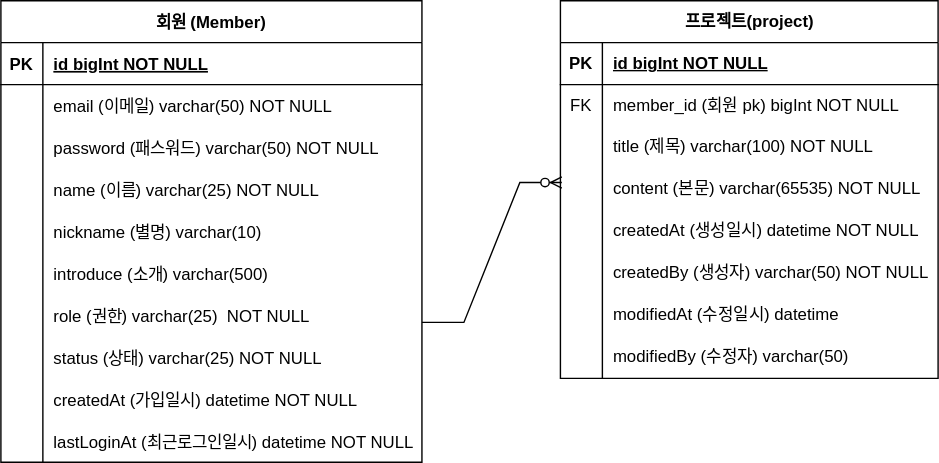
The draw.io diagram dev-together/document/dev-together-erd.svg in nara316/dev-together, before a commit. Source tidied: cells renumbered, new cells last; positions are measured from the earlier drawing's top-left corner, leaving out a move shared by most shapes.
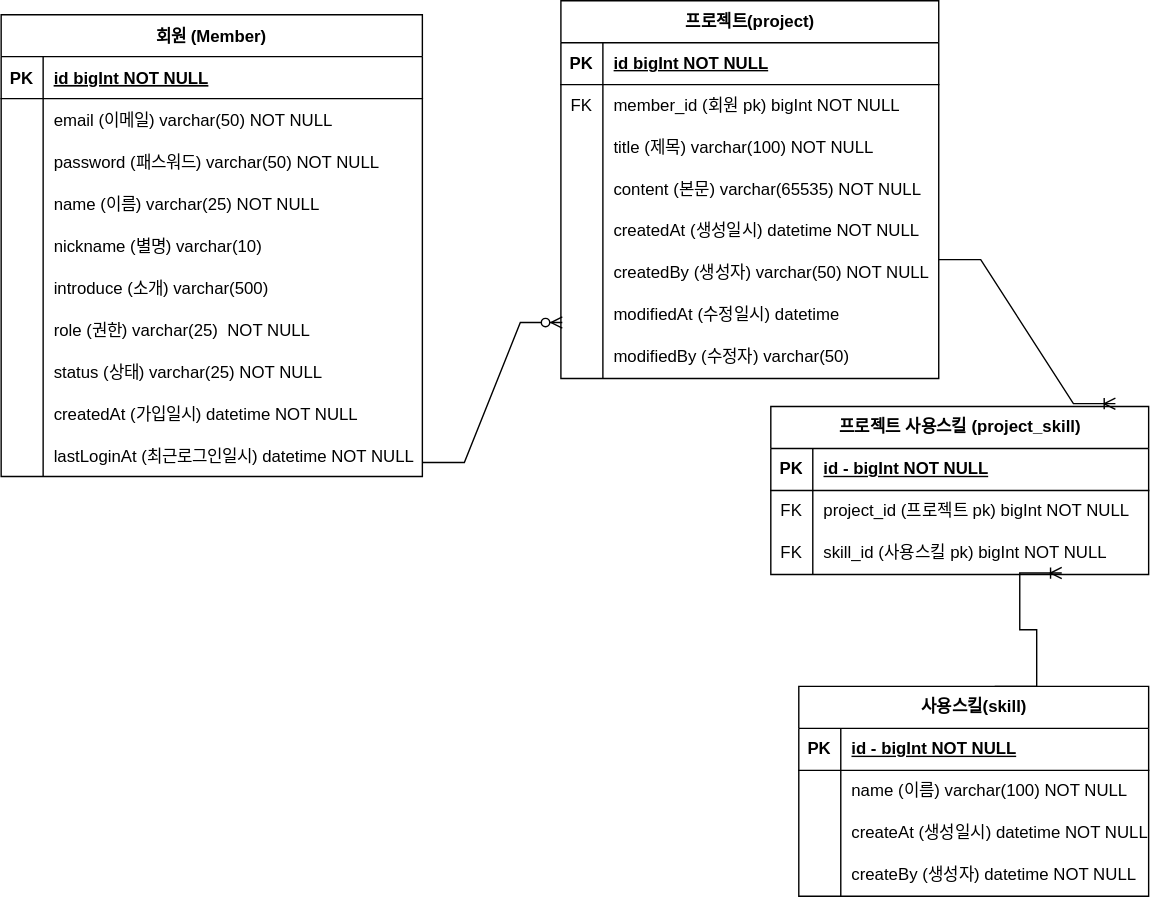
The same file after the commit.

The edit, as a diff of the source:
```diff
@@ -3,7 +3,7 @@
     <mxCell id="0" />
     <mxCell id="1" parent="0" />
     <mxCell id="2" value="회원 (Member)" style="shape=table;startSize=30;rowLines=0;fontStyle=1;align=center;" parent="1" vertex="1">
-      <mxGeometry width="301" height="330" as="geometry" />
+      <mxGeometry x="-30" y="-80" width="301" height="330" as="geometry" />
     </mxCell>
     <mxCell id="3" style="shape=partialRectangle;fillColor=none;top=0;left=0;right=0;bottom=1;" parent="2" vertex="1">
       <mxGeometry y="30" width="301" height="30" as="geometry" />
@@ -96,7 +96,7 @@
       <mxGeometry x="30" width="271" height="30" as="geometry" />
     </mxCell>
     <mxCell id="33" value="프로젝트(project)" style="shape=table;startSize=30;rowLines=0;fontStyle=1;align=center;html=1;" parent="1" vertex="1">
-      <mxGeometry x="400" width="270" height="270" as="geometry" />
+      <mxGeometry x="370" y="-90" width="270" height="270" as="geometry" />
     </mxCell>
     <mxCell id="34" style="shape=tableRow;horizontal=0;startSize=0;swimlaneHead=0;swimlaneBody=0;fillColor=none;top=0;left=0;right=0;bottom=1;" parent="33" vertex="1">
       <mxGeometry y="30" width="270" height="30" as="geometry" />
@@ -172,13 +172,95 @@
     </mxCell>
     <mxCell id="58" style="edgeStyle=entityRelationEdgeStyle;fontSize=12;html=1;endArrow=ERzeroToMany;endFill=1;rounded=0;" parent="1" edge="1">
       <mxGeometry relative="1" as="geometry">
-        <mxPoint x="301" y="230" as="sourcePoint" />
-        <mxPoint x="401" y="130" as="targetPoint" />
+        <mxPoint x="271" y="240" as="sourcePoint" />
+        <mxPoint x="371" y="140" as="targetPoint" />
         <Array as="points">
-          <mxPoint x="271" y="190" />
-          <mxPoint x="261" y="180" />
+          <mxPoint x="241" y="200" />
+          <mxPoint x="231" y="190" />
         </Array>
       </mxGeometry>
     </mxCell>
+    <mxCell id="59" value="사용스킬(skill)" style="shape=table;startSize=30;rowLines=0;fontStyle=1;align=center;html=1;" parent="1" vertex="1">
+      <mxGeometry x="540" y="400" width="250" height="150" as="geometry" />
+    </mxCell>
+    <mxCell id="60" style="shape=tableRow;horizontal=0;startSize=0;swimlaneHead=0;swimlaneBody=0;fillColor=none;top=0;left=0;right=0;bottom=1;" parent="59" vertex="1">
+      <mxGeometry y="30" width="250" height="30" as="geometry" />
+    </mxCell>
+    <mxCell id="61" value="PK" style="shape=partialRectangle;fillColor=none;top=0;left=0;bottom=0;right=0;fontStyle=1;overflow=hidden;whiteSpace=wrap;html=1;" parent="60" vertex="1">
+      <mxGeometry width="30" height="30" as="geometry" />
+    </mxCell>
+    <mxCell id="62" value="id - bigInt NOT NULL" style="shape=partialRectangle;fillColor=none;top=0;left=0;bottom=0;right=0;align=left;spacingLeft=6;fontStyle=5;overflow=hidden;whiteSpace=wrap;html=1;" parent="60" vertex="1">
+      <mxGeometry x="30" width="220" height="30" as="geometry" />
+    </mxCell>
+    <mxCell id="63" style="shape=tableRow;horizontal=0;startSize=0;swimlaneHead=0;swimlaneBody=0;fillColor=none;top=0;left=0;right=0;bottom=0;" parent="59" vertex="1">
+      <mxGeometry y="60" width="250" height="30" as="geometry" />
+    </mxCell>
+    <mxCell id="64" style="shape=partialRectangle;fillColor=none;top=0;left=0;bottom=0;right=0;overflow=hidden;whiteSpace=wrap;html=1;" parent="63" vertex="1">
+      <mxGeometry width="30" height="30" as="geometry" />
+    </mxCell>
+    <mxCell id="65" value="name (이름) varchar(100) NOT NULL" style="shape=partialRectangle;fillColor=none;top=0;left=0;bottom=0;right=0;align=left;spacingLeft=6;overflow=hidden;whiteSpace=wrap;html=1;" parent="63" vertex="1">
+      <mxGeometry x="30" width="220" height="30" as="geometry" />
+    </mxCell>
+    <mxCell id="66" style="shape=tableRow;horizontal=0;startSize=0;swimlaneHead=0;swimlaneBody=0;fillColor=none;top=0;left=0;right=0;bottom=0;" parent="59" vertex="1">
+      <mxGeometry y="90" width="250" height="30" as="geometry" />
+    </mxCell>
+    <mxCell id="67" style="shape=partialRectangle;fillColor=none;top=0;left=0;bottom=0;right=0;overflow=hidden;whiteSpace=wrap;html=1;" parent="66" vertex="1">
+      <mxGeometry width="30" height="30" as="geometry" />
+    </mxCell>
+    <mxCell id="68" value="createAt (생성일시) datetime NOT NULL" style="shape=partialRectangle;fillColor=none;top=0;left=0;bottom=0;right=0;align=left;spacingLeft=6;overflow=hidden;whiteSpace=wrap;html=1;" parent="66" vertex="1">
+      <mxGeometry x="30" width="220" height="30" as="geometry" />
+    </mxCell>
+    <mxCell id="69" style="shape=tableRow;horizontal=0;startSize=0;swimlaneHead=0;swimlaneBody=0;fillColor=none;top=0;left=0;right=0;bottom=0;" parent="59" vertex="1">
+      <mxGeometry y="120" width="250" height="30" as="geometry" />
+    </mxCell>
+    <mxCell id="70" style="shape=partialRectangle;fillColor=none;top=0;left=0;bottom=0;right=0;overflow=hidden;whiteSpace=wrap;html=1;" parent="69" vertex="1">
+      <mxGeometry width="30" height="30" as="geometry" />
+    </mxCell>
+    <mxCell id="71" value="createBy (생성자) datetime NOT NULL" style="shape=partialRectangle;fillColor=none;top=0;left=0;bottom=0;right=0;align=left;spacingLeft=6;overflow=hidden;whiteSpace=wrap;html=1;" parent="69" vertex="1">
+      <mxGeometry x="30" width="220" height="30" as="geometry" />
+    </mxCell>
+    <mxCell id="72" value="프로젝트 사용스킬 (project_skill)" style="shape=table;startSize=30;rowLines=0;fontStyle=1;align=center;html=1;" parent="1" vertex="1">
+      <mxGeometry x="520" y="200" width="270" height="120" as="geometry" />
+    </mxCell>
+    <mxCell id="73" style="shape=tableRow;horizontal=0;startSize=0;swimlaneHead=0;swimlaneBody=0;fillColor=none;top=0;left=0;right=0;bottom=1;" parent="72" vertex="1">
+      <mxGeometry y="30" width="270" height="30" as="geometry" />
+    </mxCell>
+    <mxCell id="74" value="PK" style="shape=partialRectangle;fillColor=none;top=0;left=0;bottom=0;right=0;fontStyle=1;overflow=hidden;whiteSpace=wrap;html=1;" parent="73" vertex="1">
+      <mxGeometry width="30" height="30" as="geometry" />
+    </mxCell>
+    <mxCell id="75" value="id - bigInt NOT NULL" style="shape=partialRectangle;fillColor=none;top=0;left=0;bottom=0;right=0;align=left;spacingLeft=6;fontStyle=5;overflow=hidden;whiteSpace=wrap;html=1;" parent="73" vertex="1">
+      <mxGeometry x="30" width="240" height="30" as="geometry" />
+    </mxCell>
+    <mxCell id="76" style="shape=tableRow;horizontal=0;startSize=0;swimlaneHead=0;swimlaneBody=0;fillColor=none;points=[[0,0.5],[1,0.5]];portConstraint=eastwest;top=0;left=0;right=0;bottom=0;" parent="72" vertex="1">
+      <mxGeometry y="60" width="270" height="30" as="geometry" />
+    </mxCell>
+    <mxCell id="77" value="FK" style="shape=partialRectangle;fillColor=none;top=0;left=0;bottom=0;right=0;overflow=hidden;whiteSpace=wrap;html=1;" parent="76" vertex="1">
+      <mxGeometry width="30" height="30" as="geometry" />
+    </mxCell>
+    <mxCell id="78" value="project_id (프로젝트 pk) bigInt NOT NULL" style="shape=partialRectangle;fillColor=none;top=0;left=0;bottom=0;right=0;align=left;spacingLeft=6;overflow=hidden;whiteSpace=wrap;html=1;" parent="76" vertex="1">
+      <mxGeometry x="30" width="240" height="30" as="geometry" />
+    </mxCell>
+    <mxCell id="79" style="shape=tableRow;horizontal=0;startSize=0;swimlaneHead=0;swimlaneBody=0;fillColor=none;points=[[0,0.5],[1,0.5]];portConstraint=eastwest;top=0;left=0;right=0;bottom=0;" parent="72" vertex="1">
+      <mxGeometry y="90" width="270" height="30" as="geometry" />
+    </mxCell>
+    <mxCell id="80" value="FK" style="shape=partialRectangle;fillColor=none;top=0;left=0;bottom=0;right=0;overflow=hidden;whiteSpace=wrap;html=1;" parent="79" vertex="1">
+      <mxGeometry width="30" height="30" as="geometry" />
+    </mxCell>
+    <mxCell id="81" value="skill_id (사용스킬 pk) bigInt NOT NULL" style="shape=partialRectangle;fillColor=none;top=0;left=0;bottom=0;right=0;align=left;spacingLeft=6;overflow=hidden;whiteSpace=wrap;html=1;" parent="79" vertex="1">
+      <mxGeometry x="30" width="240" height="30" as="geometry" />
+    </mxCell>
+    <mxCell id="82" style="edgeStyle=orthogonalEdgeStyle;rounded=0;orthogonalLoop=1;jettySize=auto;html=1;exitX=1;exitY=0.5;exitDx=0;exitDy=0;" parent="72" edge="1" source="76" target="76">
+      <mxGeometry relative="1" as="geometry" />
+    </mxCell>
+    <mxCell id="83" style="edgeStyle=entityRelationEdgeStyle;fontSize=12;html=1;endArrow=ERoneToMany;rounded=0;entryX=0.912;entryY=-0.017;entryDx=0;entryDy=0;entryPerimeter=0;" parent="1" edge="1" target="72">
+      <mxGeometry relative="1" as="geometry">
+        <mxPoint x="640" y="95" as="sourcePoint" />
+      </mxGeometry>
+    </mxCell>
+    <mxCell id="84" style="edgeStyle=entityRelationEdgeStyle;fontSize=12;html=1;endArrow=ERoneToMany;rounded=0;entryX=0.77;entryY=0.967;entryDx=0;entryDy=0;entryPerimeter=0;" parent="1" edge="1" target="79">
+      <mxGeometry relative="1" as="geometry">
+        <mxPoint x="680" y="400" as="sourcePoint" />
+      </mxGeometry>
+    </mxCell>
   </root>
 </mxGraphModel>
```
